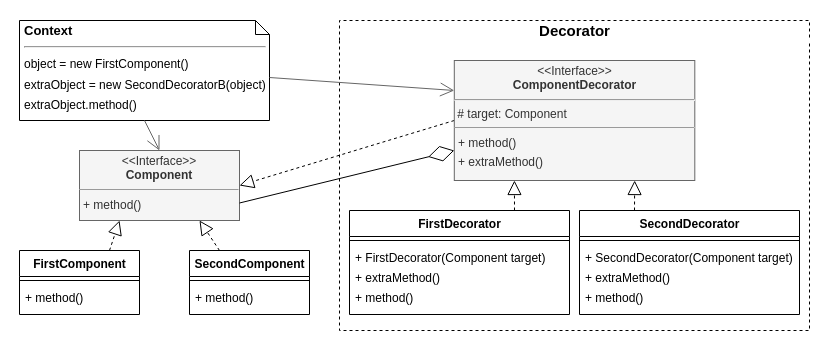
This is docs/UML/Decorator.drawio from vhood/design-patterns, a draw.io file, before an edit. Source tidied: cells renumbered, new cells numbered last; positions are measured from the earlier drawing's top-left corner, leaving out a move shared by most shapes. Both pictures are drawn from the tidied source at 100%, with x=0, y=0 at pixel (19, 20).
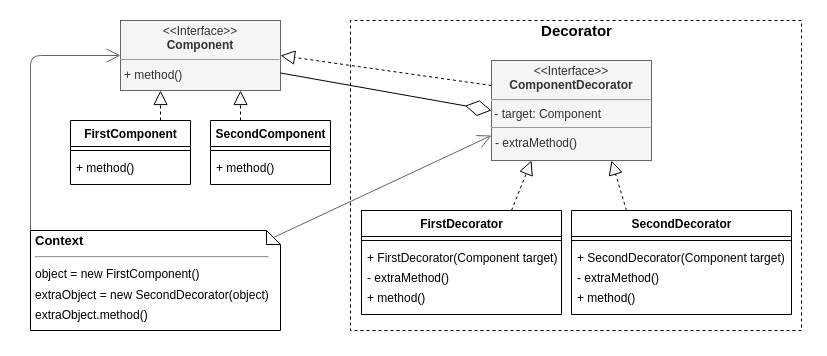
After the change.

Commit message (it also covers changes not shown here):
refactor: Decorator UML, docs: update Decorator image

The edit, as a diff of the source:
```diff
@@
     <mxCell id="2" value="&lt;p style=&quot;margin: 4px 0px 0px ; text-align: center ; line-height: 120%&quot;&gt;&lt;span&gt;&amp;lt;&amp;lt;Interface&amp;gt;&amp;gt;&lt;/span&gt;&lt;br&gt;&lt;b&gt;Component&lt;/b&gt;&lt;/p&gt;&lt;hr size=&quot;1&quot;&gt;&lt;p style=&quot;margin: 0px 0px 0px 4px ; line-height: 160%&quot;&gt;+ method()&lt;/p&gt;" style="verticalAlign=top;align=left;overflow=fill;fontSize=12;fontFamily=Helvetica;html=1;rounded=0;shadow=0;glass=0;comic=0;labelBackgroundColor=none;labelBorderColor=none;imageAspect=1;noLabel=0;portConstraintRotation=0;snapToPoint=0;spacingLeft=0;spacingRight=0;fontStyle=0;fillColor=#f5f5f5;strokeColor=#666666;fontColor=#333333;" parent="1" vertex="1">
-      <mxGeometry x="60" y="130" width="160" height="70" as="geometry" />
+      <mxGeometry x="101" width="160" height="70" as="geometry" />
     </mxCell>
-    <mxCell id="3" style="endArrow=block;dashed=1;endFill=0;endSize=12;html=1;fontSize=12;fontColor=#000000;entryX=1;entryY=0.5;entryDx=0;entryDy=0;exitX=0;exitY=0.5;exitDx=0;exitDy=0;" parent="1" edge="1" source="8" target="2">
+    <mxCell id="3" style="endArrow=block;dashed=1;endFill=0;endSize=12;html=1;fontSize=12;fontColor=#000000;entryX=1;entryY=0.5;entryDx=0;entryDy=0;exitX=0;exitY=0.25;exitDx=0;exitDy=0;" parent="1" edge="1" source="8" target="2">
       <mxGeometry relative="1" as="geometry" />
     </mxCell>
@@
     <mxCell id="5" value="Decorator" style="swimlane;html=1;horizontal=1;startSize=20;fillColor=none;strokeColor=#000000;rounded=0;comic=0;fontSize=15;dashed=1;swimlaneLine=0;shadow=0;glass=0;perimeterSpacing=0;labelBackgroundColor=none;" parent="1" vertex="1">
-      <mxGeometry x="320" width="470" height="310" as="geometry" />
+      <mxGeometry x="331" width="451" height="310" as="geometry" />
     </mxCell>
@@
-    <mxCell id="8" value="&lt;p style=&quot;margin: 4px 0px 0px ; text-align: center ; line-height: 120%&quot;&gt;&lt;span&gt;&amp;lt;&amp;lt;Interface&amp;gt;&amp;gt;&lt;/span&gt;&lt;br&gt;&lt;b&gt;ComponentDecorator&lt;/b&gt;&lt;/p&gt;&lt;hr&gt;&amp;nbsp;# target: Component&lt;br&gt;&lt;hr size=&quot;1&quot;&gt;&lt;p style=&quot;margin: 0px 0px 0px 4px ; line-height: 160%&quot;&gt;&lt;span&gt;+ method()&lt;/span&gt;&lt;br&gt;&lt;/p&gt;&lt;p style=&quot;margin: 0px 0px 0px 4px ; line-height: 160%&quot;&gt;+ extraMethod()&lt;/p&gt;" style="verticalAlign=top;align=left;overflow=fill;fontSize=12;fontFamily=Helvetica;html=1;rounded=0;shadow=0;glass=0;comic=0;labelBackgroundColor=none;labelBorderColor=none;imageAspect=1;noLabel=0;portConstraintRotation=0;snapToPoint=0;spacingLeft=0;spacingRight=0;fontStyle=0;fillColor=#f5f5f5;strokeColor=#666666;fontColor=#333333;" parent="5" vertex="1">
-      <mxGeometry x="114.8" y="40" width="240.5" height="120" as="geometry" />
+    <mxCell id="8" value="&lt;p style=&quot;margin: 4px 0px 0px ; text-align: center ; line-height: 120%&quot;&gt;&lt;span&gt;&amp;lt;&amp;lt;Interface&amp;gt;&amp;gt;&lt;/span&gt;&lt;br&gt;&lt;b&gt;ComponentDecorator&lt;/b&gt;&lt;/p&gt;&lt;hr&gt;&amp;nbsp;- target: Component&lt;br&gt;&lt;hr size=&quot;1&quot;&gt;&lt;p style=&quot;margin: 0px 0px 0px 4px ; line-height: 160%&quot;&gt;&lt;span&gt;- extraMethod()&lt;/span&gt;&lt;br&gt;&lt;/p&gt;" style="verticalAlign=top;align=left;overflow=fill;fontSize=12;fontFamily=Helvetica;html=1;rounded=0;shadow=0;glass=0;comic=0;labelBackgroundColor=none;labelBorderColor=none;imageAspect=1;noLabel=0;portConstraintRotation=0;snapToPoint=0;spacingLeft=0;spacingRight=0;fontStyle=0;fillColor=#f5f5f5;strokeColor=#666666;fontColor=#333333;" parent="5" vertex="1">
+      <mxGeometry x="141" y="40" width="160" height="100" as="geometry" />
     </mxCell>
     <mxCell id="9" value="SecondDecorator" style="swimlane;fontStyle=1;align=center;verticalAlign=top;horizontal=1;startSize=26;rounded=0;shadow=0;glass=0;comic=0;strokeWidth=1;fontSize=12;labelBackgroundColor=none;fillColor=#ffffff;html=1;" parent="5" vertex="1">
-      <mxGeometry x="240" y="190" width="220" height="104" as="geometry" />
+      <mxGeometry x="221" y="190" width="220" height="104" as="geometry" />
     </mxCell>
@@
-    <mxCell id="12" value="+ extraMethod()" style="text;strokeColor=none;fillColor=none;align=left;verticalAlign=top;spacingLeft=4;spacingRight=4;overflow=hidden;" parent="9" vertex="1">
+    <mxCell id="12" value="- extraMethod()" style="text;strokeColor=none;fillColor=none;align=left;verticalAlign=top;spacingLeft=4;spacingRight=4;overflow=hidden;" parent="9" vertex="1">
       <mxGeometry y="54" width="220" height="20" as="geometry" />
     </mxCell>
@@
     <mxCell id="14" value="FirstDecorator" style="swimlane;fontStyle=1;align=center;verticalAlign=top;horizontal=1;startSize=26;rounded=0;shadow=0;glass=0;comic=0;strokeWidth=1;fontSize=12;labelBackgroundColor=none;fillColor=#ffffff;html=1;" parent="5" vertex="1">
-      <mxGeometry x="10" y="190" width="220" height="104" as="geometry" />
+      <mxGeometry x="11" y="190" width="200" height="104" as="geometry" />
     </mxCell>
     <mxCell id="15" style="line;strokeWidth=1;fillColor=none;align=left;verticalAlign=middle;spacingTop=-1;spacingLeft=3;spacingRight=3;labelPosition=right;" parent="14" vertex="1">
-      <mxGeometry y="26" width="220" height="8" as="geometry" />
+      <mxGeometry y="26" width="200" height="8" as="geometry" />
     </mxCell>
     <mxCell id="16" value="+ FirstDecorator(Component target)" style="text;strokeColor=none;fillColor=none;align=left;verticalAlign=top;spacingLeft=4;spacingRight=4;overflow=hidden;" parent="14" vertex="1">
-      <mxGeometry y="34" width="220" height="20" as="geometry" />
+      <mxGeometry y="34" width="200" height="20" as="geometry" />
     </mxCell>
-    <mxCell id="17" value="+ extraMethod()" style="text;strokeColor=none;fillColor=none;align=left;verticalAlign=top;spacingLeft=4;spacingRight=4;overflow=hidden;" parent="14" vertex="1">
-      <mxGeometry y="54" width="220" height="20" as="geometry" />
+    <mxCell id="17" value="- extraMethod()" style="text;strokeColor=none;fillColor=none;align=left;verticalAlign=top;spacingLeft=4;spacingRight=4;overflow=hidden;" parent="14" vertex="1">
+      <mxGeometry y="54" width="200" height="20" as="geometry" />
     </mxCell>
     <mxCell id="18" value="+ method()" style="text;strokeColor=none;fillColor=none;align=left;verticalAlign=top;spacingLeft=4;spacingRight=4;overflow=hidden;" parent="14" vertex="1">
-      <mxGeometry y="74" width="220" height="30" as="geometry" />
+      <mxGeometry y="74" width="200" height="30" as="geometry" />
     </mxCell>
@@
-    <mxCell id="20" value="&lt;p style=&quot;line-height: 20%&quot;&gt;Context&lt;br&gt;&lt;/p&gt;&lt;hr&gt;&lt;span style=&quot;font-size: 12px ; font-weight: 400 ; line-height: 170%&quot;&gt;object = new FirstComponent()&lt;br&gt;&lt;/span&gt;&lt;font style=&quot;font-size: 12px&quot;&gt;&lt;span style=&quot;font-weight: normal ; line-height: 170%&quot;&gt;extraObject = new SecondDecoratorB(object)&lt;br&gt;&lt;/span&gt;&lt;span style=&quot;font-weight: normal ; line-height: 170%&quot;&gt;extraObject.method()&lt;/span&gt;&lt;/font&gt;&lt;br&gt;&lt;p&gt;&lt;/p&gt;" style="shape=note;size=14;verticalAlign=top;align=left;spacingTop=-13;rounded=0;shadow=0;glass=0;comic=0;strokeColor=#000000;fillColor=none;fontSize=13;fontStyle=1;labelBorderColor=none;whiteSpace=wrap;html=1;spacingLeft=0;spacingBottom=0;spacingRight=0;spacing=5;labelBackgroundColor=none;" parent="1" vertex="1">
-      <mxGeometry width="250" height="100" as="geometry" />
+    <mxCell id="20" value="&lt;p style=&quot;line-height: 20%&quot;&gt;Context&lt;br&gt;&lt;/p&gt;&lt;hr&gt;&lt;span style=&quot;font-size: 12px ; font-weight: 400 ; line-height: 170%&quot;&gt;object = new FirstComponent()&lt;br&gt;&lt;/span&gt;&lt;font style=&quot;font-size: 12px&quot;&gt;&lt;span style=&quot;font-weight: normal ; line-height: 170%&quot;&gt;extraObject = new SecondDecorator(object)&lt;br&gt;&lt;/span&gt;&lt;span style=&quot;font-weight: normal ; line-height: 170%&quot;&gt;extraObject.method()&lt;/span&gt;&lt;/font&gt;&lt;br&gt;&lt;p&gt;&lt;/p&gt;" style="shape=note;size=14;verticalAlign=top;align=left;spacingTop=-13;rounded=0;shadow=0;glass=0;comic=0;strokeColor=#000000;fillColor=none;fontSize=13;fontStyle=1;labelBorderColor=none;whiteSpace=wrap;html=1;spacingLeft=0;spacingBottom=0;spacingRight=0;spacing=5;labelBackgroundColor=none;" parent="1" vertex="1">
+      <mxGeometry x="11" y="210" width="250" height="100" as="geometry" />
     </mxCell>
-    <mxCell id="21" style="endArrow=open;endFill=1;endSize=12;html=1;exitX=0;exitY=0;exitDx=250;exitDy=57;exitPerimeter=0;entryX=0;entryY=0.25;entryDx=0;entryDy=0;strokeColor=#666666;" parent="1" edge="1" source="20" target="8">
+    <mxCell id="21" style="endArrow=open;endFill=1;endSize=12;html=1;exitX=0;exitY=0;exitDx=243;exitDy=7;exitPerimeter=0;entryX=0;entryY=0.75;entryDx=0;entryDy=0;strokeColor=#666666;" parent="1" edge="1" source="20" target="8">
       <mxGeometry relative="1" as="geometry" />
     </mxCell>
-    <mxCell id="22" style="endArrow=open;endFill=1;endSize=12;html=1;entryX=0.5;entryY=0;entryDx=0;entryDy=0;strokeColor=#666666;exitX=0.5;exitY=1;exitDx=0;exitDy=0;exitPerimeter=0;" parent="1" edge="1" source="20" target="2">
-      <mxGeometry relative="1" as="geometry" />
+    <mxCell id="22" style="endArrow=open;endFill=1;endSize=12;html=1;entryX=0;entryY=0.5;entryDx=0;entryDy=0;strokeColor=#666666;exitX=0;exitY=0;exitDx=0;exitDy=0;exitPerimeter=0;" parent="1" edge="1" source="20" target="2">
+      <mxGeometry relative="1" as="geometry">
+        <Array as="points">
+          <mxPoint x="11" y="35" />
+        </Array>
+      </mxGeometry>
     </mxCell>
-    <mxCell id="23" style="endArrow=diamondThin;endFill=0;endSize=24;html=1;entryX=0;entryY=0.75;entryDx=0;entryDy=0;exitX=1;exitY=0.75;exitDx=0;exitDy=0;" parent="1" edge="1" source="2" target="8">
+    <mxCell id="23" style="endArrow=diamondThin;endFill=0;endSize=24;html=1;entryX=0;entryY=0.5;entryDx=0;entryDy=0;exitX=1;exitY=0.75;exitDx=0;exitDy=0;" parent="1" edge="1" source="2" target="8">
       <mxGeometry relative="1" as="geometry" />
     </mxCell>
     <mxCell id="24" value="FirstComponent" style="swimlane;fontStyle=1;align=center;verticalAlign=top;horizontal=1;startSize=26;rounded=0;shadow=0;glass=0;comic=0;strokeWidth=1;fontSize=12;labelBackgroundColor=none;fillColor=#ffffff;html=1;" parent="1" vertex="1">
-      <mxGeometry y="230" width="120" height="64" as="geometry" />
+      <mxGeometry x="51" y="100" width="120" height="64" as="geometry" />
     </mxCell>
@@
     <mxCell id="27" value="SecondComponent" style="swimlane;fontStyle=1;align=center;verticalAlign=top;horizontal=1;startSize=26;rounded=0;shadow=0;glass=0;comic=0;strokeWidth=1;fontSize=12;labelBackgroundColor=none;fillColor=#ffffff;html=1;" parent="1" vertex="1">
-      <mxGeometry x="170" y="230" width="120" height="64" as="geometry" />
+      <mxGeometry x="191" y="100" width="120" height="64" as="geometry" />
     </mxCell>
```
